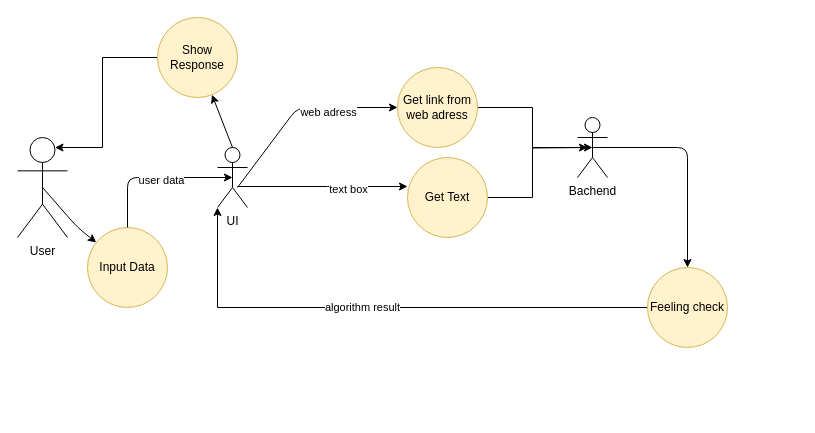
Earlier version of the draw.io diagram Documentation/Use-Case Diagram.drawio (brebeca/.NetProject). Source tidied: cells renumbered, new cells numbered last; positions are measured from the earlier drawing's top-left corner, leaving out a move shared by most shapes. Both pictures are drawn from the tidied source at 100%, with x=0, y=0 at pixel (17, 17).
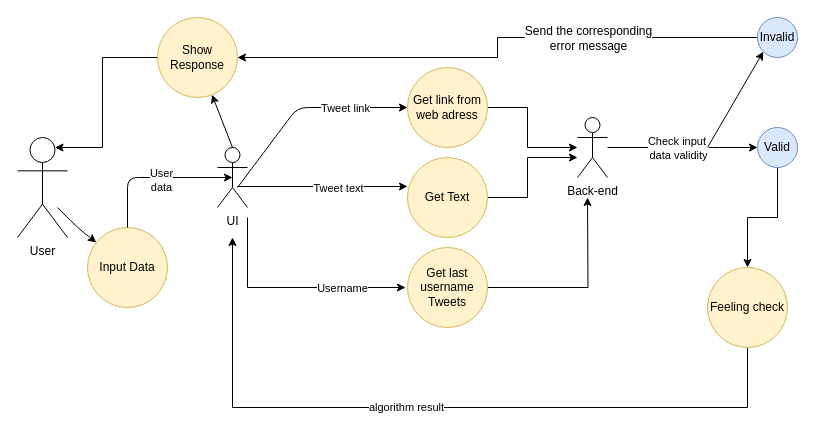
The same page after the edit.

Unchanged cells that the change refers to:
```xml
<mxCell id="2" value="User" style="shape=umlActor;verticalLabelPosition=bottom;verticalAlign=top;html=1;outlineConnect=0;" parent="1" vertex="1">
  <mxGeometry y="120" width="50" height="100" as="geometry" />
</mxCell>
<mxCell id="3" style="edgeStyle=orthogonalEdgeStyle;rounded=0;orthogonalLoop=1;jettySize=auto;html=1;" parent="1" edge="1">
  <mxGeometry relative="1" as="geometry">
    <mxPoint x="220" y="169" as="sourcePoint" />
    <mxPoint x="390" y="169" as="targetPoint" />
    <Array as="points">
      <mxPoint x="310" y="169" />
      <mxPoint x="310" y="169" />
    </Array>
  </mxGeometry>
</mxCell>
<mxCell id="8" value="Get Text" style="ellipse;whiteSpace=wrap;html=1;fillColor=#fff2cc;strokeColor=#d6b656;" parent="1" vertex="1">
  <mxGeometry x="390" y="140" width="80" height="80" as="geometry" />
</mxCell>
<mxCell id="11" value="UI" style="shape=umlActor;verticalLabelPosition=bottom;verticalAlign=top;html=1;outlineConnect=0;" parent="1" vertex="1">
  <mxGeometry x="200" y="130" width="30" height="60" as="geometry" />
</mxCell>
<mxCell id="19" value="&lt;div&gt;Show&lt;br&gt;&lt;/div&gt;&lt;div&gt;Response&lt;/div&gt;" style="ellipse;whiteSpace=wrap;html=1;fillColor=#fff2cc;strokeColor=#d6b656;" parent="1" vertex="1">
  <mxGeometry x="140" width="80" height="80" as="geometry" />
</mxCell>
<mxCell id="21" value="Input Data" style="ellipse;whiteSpace=wrap;html=1;fillColor=#fff2cc;strokeColor=#d6b656;" parent="1" vertex="1">
  <mxGeometry x="70" y="210" width="80" height="80" as="geometry" />
</mxCell>
<mxCell id="22" style="endArrow=classic;html=1;exitX=0.5;exitY=0;exitDx=0;exitDy=0;entryX=0.5;entryY=0.5;entryDx=0;entryDy=0;entryPerimeter=0;" parent="1" edge="1" source="21" target="11">
  <mxGeometry relative="1" as="geometry">
    <Array as="points">
      <mxPoint x="110" y="160" />
    </Array>
  </mxGeometry>
</mxCell>
```

Change to the diagram source:
```diff
@@
-    <mxCell id="4" value="text box" style="edgeLabel;html=1;align=center;verticalAlign=middle;" parent="3" vertex="1">
-      <mxGeometry x="0.29" y="-2" relative="1" as="geometry" />
+    <mxCell id="4" value="Tweet text" style="edgeLabel;html=1;align=center;verticalAlign=middle;" parent="3" vertex="1">
+      <mxGeometry x="0.29" y="-2" relative="1" as="geometry">
+        <mxPoint x="-10" y="-1" as="offset" />
+      </mxGeometry>
     </mxCell>
-    <mxCell id="5" style="endArrow=classic;html=1;exitX=1;exitY=0.5;exitDx=0;exitDy=0;" parent="1" edge="1">
+    <mxCell id="5" style="endArrow=classic;html=1;exitX=1;exitY=0.5;exitDx=0;exitDy=0;entryX=0;entryY=0.5;entryDx=0;entryDy=0;" parent="1" edge="1" target="10">
       <mxGeometry relative="1" as="geometry">
         <mxPoint x="220" y="170" as="sourcePoint" />
-        <mxPoint x="380" y="90" as="targetPoint" />
         <Array as="points">
           <mxPoint x="280" y="90" />
         </Array>
       </mxGeometry>
     </mxCell>
-    <mxCell id="6" value="web adress" style="edgeLabel;html=1;align=center;verticalAlign=middle;" parent="5" vertex="1">
-      <mxGeometry x="0.3" y="-4" relative="1" as="geometry" />
+    <mxCell id="6" value="Tweet link" style="edgeLabel;html=1;align=center;verticalAlign=middle;" parent="5" vertex="1">
+      <mxGeometry x="0.3" y="-4" relative="1" as="geometry">
+        <mxPoint x="10" y="-4" as="offset" />
+      </mxGeometry>
     </mxCell>
-    <mxCell id="7" style="edgeStyle=orthogonalEdgeStyle;rounded=0;jettySize=auto;html=1;exitX=1;exitY=0.5;exitDx=0;exitDy=0;entryX=0.5;entryY=0.5;entryDx=0;entryDy=0;entryPerimeter=0;" parent="1" edge="1" source="8" target="12">
-      <mxGeometry relative="1" as="geometry" />
+    <mxCell id="7" style="edgeStyle=orthogonalEdgeStyle;rounded=0;jettySize=auto;html=1;exitX=1;exitY=0.5;exitDx=0;exitDy=0;" parent="1" edge="1" source="8" target="12">
+      <mxGeometry relative="1" as="geometry">
+        <Array as="points">
+          <mxPoint x="510" y="180" />
+          <mxPoint x="510" y="140" />
+        </Array>
+      </mxGeometry>
     </mxCell>
@@
     <mxCell id="9" style="edgeStyle=orthogonalEdgeStyle;rounded=0;jettySize=auto;html=1;exitX=1;exitY=0.5;exitDx=0;exitDy=0;" parent="1" edge="1" source="10">
       <mxGeometry relative="1" as="geometry">
-        <mxPoint x="570" y="130" as="targetPoint" />
+        <mxPoint x="560" y="130" as="targetPoint" />
+        <Array as="points">
+          <mxPoint x="510" y="90" />
+          <mxPoint x="510" y="130" />
+          <mxPoint x="560" y="130" />
+        </Array>
       </mxGeometry>
     </mxCell>
     <mxCell id="10" value="Get link from web adress" style="ellipse;whiteSpace=wrap;html=1;fillColor=#fff2cc;strokeColor=#d6b656;" parent="1" vertex="1">
-      <mxGeometry x="380" y="50" width="80" height="80" as="geometry" />
+      <mxGeometry x="390" y="50" width="80" height="80" as="geometry" />
     </mxCell>
+    <mxCell id="24" style="edgeStyle=orthogonalEdgeStyle;rounded=0;orthogonalLoop=1;jettySize=auto;html=1;" parent="1" edge="1">
+      <mxGeometry relative="1" as="geometry">
+        <mxPoint x="230" y="200" as="sourcePoint" />
+        <mxPoint x="388" y="270" as="targetPoint" />
+        <Array as="points">
+          <mxPoint x="230" y="270" />
+          <mxPoint x="388" y="270" />
+        </Array>
+      </mxGeometry>
+    </mxCell>
+    <mxCell id="25" value="Username" style="edgeLabel;html=1;align=center;verticalAlign=middle;" parent="24" vertex="1">
+      <mxGeometry x="0.44" relative="1" as="geometry" />
+    </mxCell>
@@
-    <mxCell id="12" value="Bachend" style="shape=umlActor;verticalLabelPosition=bottom;verticalAlign=top;html=1;outlineConnect=0;" parent="1" vertex="1">
+    <mxCell id="12" value="Back-end" style="shape=umlActor;verticalLabelPosition=bottom;verticalAlign=top;html=1;outlineConnect=0;" parent="1" vertex="1">
       <mxGeometry x="560" y="100" width="30" height="60" as="geometry" />
     </mxCell>
-    <mxCell id="13" style="edgeStyle=orthogonalEdgeStyle;rounded=0;jettySize=auto;html=1;entryX=0;entryY=1;entryDx=0;entryDy=0;entryPerimeter=0;" parent="1" edge="1" source="15" target="11">
-      <mxGeometry relative="1" as="geometry" />
+    <mxCell id="13" style="edgeStyle=orthogonalEdgeStyle;rounded=0;jettySize=auto;html=1;" parent="1" edge="1" source="15">
+      <mxGeometry relative="1" as="geometry">
+        <mxPoint x="215" y="220" as="targetPoint" />
+        <Array as="points">
+          <mxPoint x="730" y="390" />
+          <mxPoint x="215" y="390" />
+        </Array>
+      </mxGeometry>
     </mxCell>
@@
     <mxCell id="15" value="Feeling check" style="ellipse;whiteSpace=wrap;html=1;fillColor=#fff2cc;strokeColor=#d6b656;" parent="1" vertex="1">
-      <mxGeometry x="630" y="250" width="80" height="80" as="geometry" />
+      <mxGeometry x="690" y="250" width="80" height="80" as="geometry" />
     </mxCell>
-    <mxCell id="16" style="endArrow=classic;html=1;exitX=0.5;exitY=0.5;exitDx=0;exitDy=0;exitPerimeter=0;entryX=0.5;entryY=0;entryDx=0;entryDy=0;" parent="1" edge="1" source="12" target="15">
+    <mxCell id="16" style="endArrow=classic;html=1;exitX=0.5;exitY=0.5;exitDx=0;exitDy=0;exitPerimeter=0;entryX=0;entryY=0.5;entryDx=0;entryDy=0;" parent="1" edge="1" target="30">
       <mxGeometry relative="1" as="geometry">
+        <mxPoint x="590" y="130" as="sourcePoint" />
         <Array as="points">
-          <mxPoint x="670" y="130" />
+          <mxPoint x="685" y="130" />
         </Array>
       </mxGeometry>
     </mxCell>
+    <mxCell id="26" value="Check input&amp;nbsp;&lt;br&gt;data validity" style="edgeLabel;html=1;align=center;verticalAlign=middle;" parent="16" vertex="1">
+      <mxGeometry y="-1" relative="1" as="geometry">
+        <mxPoint x="-4.7" y="-1" as="offset" />
+      </mxGeometry>
+    </mxCell>
@@
-    <mxCell id="20" style="endArrow=classic;html=1;exitX=0.5;exitY=0.5;exitDx=0;exitDy=0;exitPerimeter=0;" parent="1" edge="1" source="2" target="21">
+    <mxCell id="20" style="endArrow=classic;html=1;" parent="1" edge="1" target="21">
       <mxGeometry relative="1" as="geometry">
+        <mxPoint x="40" y="190" as="sourcePoint" />
         <Array as="points">
           <mxPoint x="60" y="210" />
         </Array>
       </mxGeometry>
     </mxCell>
@@
-    <mxCell id="23" value="user data" style="edgeLabel;html=1;align=center;verticalAlign=middle;" parent="22" vertex="1">
+    <mxCell id="23" value="User &lt;br&gt;data" style="edgeLabel;html=1;align=center;verticalAlign=middle;" parent="22" vertex="1">
       <mxGeometry x="0.07" y="-2" relative="1" as="geometry" />
     </mxCell>
+    <mxCell id="27" style="edgeStyle=orthogonalEdgeStyle;rounded=0;jettySize=auto;html=1;exitX=1;exitY=0.5;exitDx=0;exitDy=0;" parent="1" edge="1" source="28">
+      <mxGeometry relative="1" as="geometry">
+        <mxPoint x="570" y="180" as="targetPoint" />
+      </mxGeometry>
+    </mxCell>
+    <mxCell id="28" value="Get last username Tweets" style="ellipse;whiteSpace=wrap;html=1;fillColor=#fff2cc;strokeColor=#d6b656;" parent="1" vertex="1">
+      <mxGeometry x="390" y="230" width="80" height="80" as="geometry" />
+    </mxCell>
+    <mxCell id="29" style="edgeStyle=orthogonalEdgeStyle;rounded=0;jettySize=auto;html=1;exitX=0.5;exitY=1;exitDx=0;exitDy=0;entryX=0.5;entryY=0;entryDx=0;entryDy=0;" parent="1" edge="1" source="30" target="15">
+      <mxGeometry relative="1" as="geometry" />
+    </mxCell>
+    <mxCell id="30" value="Valid" style="ellipse;whiteSpace=wrap;html=1;fillColor=#dae8fc;strokeColor=#6c8ebf;" parent="1" vertex="1">
+      <mxGeometry x="740" y="110" width="40" height="40" as="geometry" />
+    </mxCell>
+    <mxCell id="31" style="edgeStyle=orthogonalEdgeStyle;rounded=0;jettySize=auto;html=1;entryX=1;entryY=0.5;entryDx=0;entryDy=0;" parent="1" edge="1" source="33" target="19">
+      <mxGeometry relative="1" as="geometry" />
+    </mxCell>
+    <mxCell id="32" value="&lt;font style=&quot;font-size: 12px&quot;&gt;Send the corresponding &lt;br&gt;error message&lt;/font&gt;" style="edgeLabel;html=1;align=center;verticalAlign=middle;" parent="31" vertex="1">
+      <mxGeometry x="-0.37" relative="1" as="geometry" />
+    </mxCell>
+    <mxCell id="33" value="Invalid" style="ellipse;whiteSpace=wrap;html=1;fillColor=#dae8fc;strokeColor=#6c8ebf;" parent="1" vertex="1">
+      <mxGeometry x="740" width="40" height="40" as="geometry" />
+    </mxCell>
+    <mxCell id="34" style="endArrow=classic;html=1;entryX=0;entryY=1;entryDx=0;entryDy=0;" parent="1" edge="1" target="33">
+      <mxGeometry relative="1" as="geometry">
+        <mxPoint x="690" y="130" as="sourcePoint" />
+      </mxGeometry>
+    </mxCell>
```
